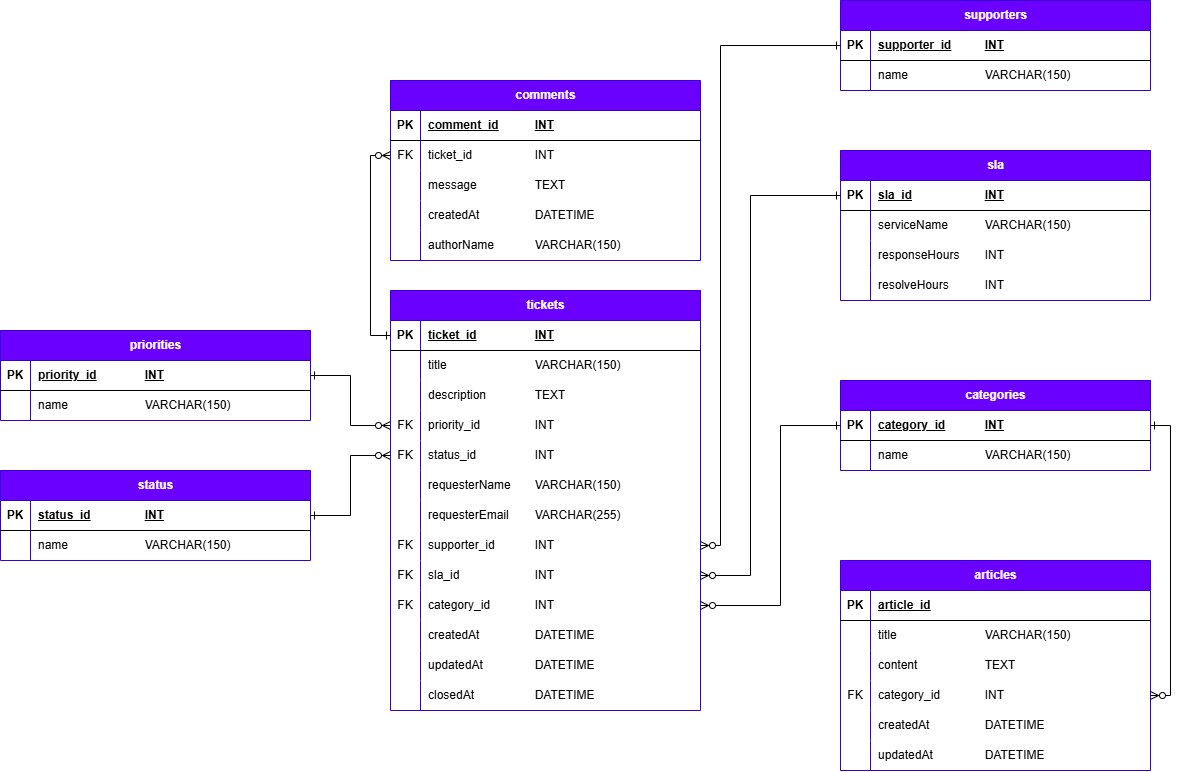
Above: helpflow-frontend/public/HelpFlowDB.drawio.png in MHLoyche/ITILHelpDesk (draw.io), before the change. Source tidied: cells renumbered, new cells last; positions are measured from the earlier drawing's top-left corner, leaving out a move shared by most shapes.
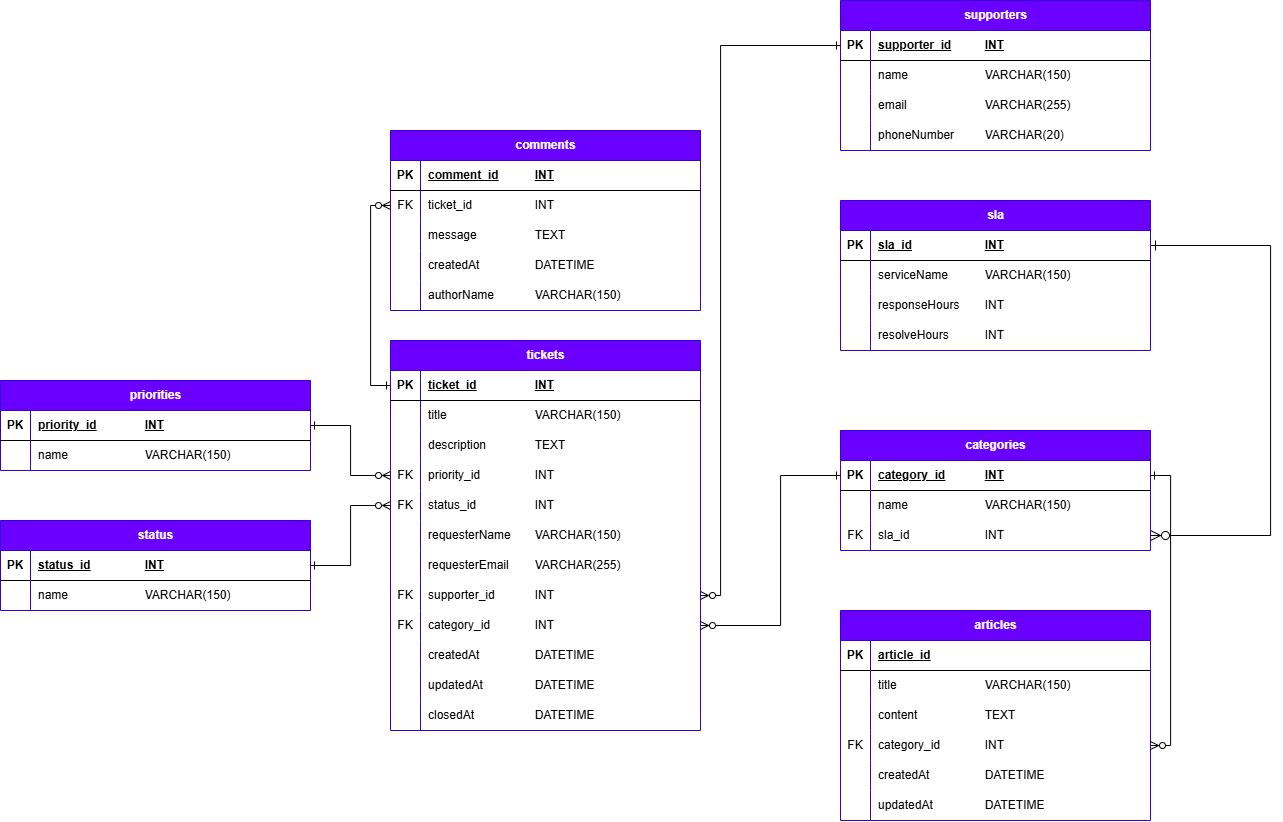
After the commit.

Change to the diagram source:
```diff
@@ -3,7 +3,7 @@
     <mxCell id="0" />
     <mxCell id="1" parent="0" />
     <mxCell id="2" value="tickets" style="shape=table;startSize=30;rowLines=0;fontStyle=1;align=center;html=1;fillColor=#6a00ff;fontColor=#ffffff;strokeColor=#3700CC;" parent="1" vertex="1">
-      <mxGeometry x="390" y="290" width="310" height="420" as="geometry" />
+      <mxGeometry x="390" y="290" width="310" height="390" as="geometry" />
     </mxCell>
     <mxCell id="3" style="shape=tableRow;horizontal=0;startSize=0;swimlaneHead=0;swimlaneBody=0;fillColor=none;points=[[0,0.5],[1,0.5]];portConstraint=eastwest;top=0;left=0;right=0;bottom=1;" parent="2" vertex="1">
       <mxGeometry y="30" width="310" height="30" as="geometry" />
@@ -77,17 +77,8 @@
     <mxCell id="26" value="supporter_id&lt;span style=&quot;white-space: pre;&quot;&gt;&#9;&lt;/span&gt;&lt;span style=&quot;white-space: pre;&quot;&gt;&#9;&lt;/span&gt;INT" style="shape=partialRectangle;fillColor=none;top=0;left=0;bottom=0;right=0;align=left;spacingLeft=6;overflow=hidden;whiteSpace=wrap;html=1;" parent="24" vertex="1">
       <mxGeometry x="30" width="280" height="30" as="geometry" />
     </mxCell>
-    <mxCell id="27" style="shape=tableRow;horizontal=0;startSize=0;swimlaneHead=0;swimlaneBody=0;fillColor=none;points=[[0,0.5],[1,0.5]];portConstraint=eastwest;top=0;left=0;right=0;bottom=0;" parent="2" vertex="1">
-      <mxGeometry y="270" width="310" height="30" as="geometry" />
-    </mxCell>
-    <mxCell id="28" value="FK" style="shape=partialRectangle;fillColor=none;top=0;left=0;bottom=0;right=0;overflow=hidden;whiteSpace=wrap;html=1;" parent="27" vertex="1">
-      <mxGeometry width="30" height="30" as="geometry" />
-    </mxCell>
-    <mxCell id="29" value="sla_id&lt;span style=&quot;white-space: pre;&quot;&gt;&#9;&lt;/span&gt;&lt;span style=&quot;white-space: pre;&quot;&gt;&#9;&lt;/span&gt;&lt;span style=&quot;white-space: pre;&quot;&gt;&#9;&lt;/span&gt;INT" style="shape=partialRectangle;fillColor=none;top=0;left=0;bottom=0;right=0;align=left;spacingLeft=6;overflow=hidden;whiteSpace=wrap;html=1;" parent="27" vertex="1">
-      <mxGeometry x="30" width="280" height="30" as="geometry" />
-    </mxCell>
     <mxCell id="30" style="shape=tableRow;horizontal=0;startSize=0;swimlaneHead=0;swimlaneBody=0;fillColor=none;points=[[0,0.5],[1,0.5]];portConstraint=eastwest;top=0;left=0;right=0;bottom=0;" parent="2" vertex="1">
-      <mxGeometry y="300" width="310" height="30" as="geometry" />
+      <mxGeometry y="270" width="310" height="30" as="geometry" />
     </mxCell>
     <mxCell id="31" value="FK" style="shape=partialRectangle;fillColor=none;top=0;left=0;bottom=0;right=0;overflow=hidden;whiteSpace=wrap;html=1;" parent="30" vertex="1">
       <mxGeometry width="30" height="30" as="geometry" />
@@ -96,7 +87,7 @@
       <mxGeometry x="30" width="280" height="30" as="geometry" />
     </mxCell>
     <mxCell id="33" style="shape=tableRow;horizontal=0;startSize=0;swimlaneHead=0;swimlaneBody=0;fillColor=none;top=0;left=0;right=0;bottom=0;" parent="2" vertex="1">
-      <mxGeometry y="330" width="310" height="30" as="geometry" />
+      <mxGeometry y="300" width="310" height="30" as="geometry" />
     </mxCell>
     <mxCell id="34" style="shape=partialRectangle;fillColor=none;top=0;left=0;bottom=0;right=0;overflow=hidden;whiteSpace=wrap;html=1;" parent="33" vertex="1">
       <mxGeometry width="30" height="30" as="geometry" />
@@ -105,7 +96,7 @@
       <mxGeometry x="30" width="280" height="30" as="geometry" />
     </mxCell>
     <mxCell id="36" style="shape=tableRow;horizontal=0;startSize=0;swimlaneHead=0;swimlaneBody=0;fillColor=none;top=0;left=0;right=0;bottom=0;" parent="2" vertex="1">
-      <mxGeometry y="360" width="310" height="30" as="geometry" />
+      <mxGeometry y="330" width="310" height="30" as="geometry" />
     </mxCell>
     <mxCell id="37" style="shape=partialRectangle;fillColor=none;top=0;left=0;bottom=0;right=0;overflow=hidden;whiteSpace=wrap;html=1;" parent="36" vertex="1">
       <mxGeometry width="30" height="30" as="geometry" />
@@ -114,7 +105,7 @@
       <mxGeometry x="30" width="280" height="30" as="geometry" />
     </mxCell>
     <mxCell id="39" style="shape=tableRow;horizontal=0;startSize=0;swimlaneHead=0;swimlaneBody=0;fillColor=none;top=0;left=0;right=0;bottom=0;" parent="2" vertex="1">
-      <mxGeometry y="390" width="310" height="30" as="geometry" />
+      <mxGeometry y="360" width="310" height="30" as="geometry" />
     </mxCell>
     <mxCell id="40" style="shape=partialRectangle;fillColor=none;top=0;left=0;bottom=0;right=0;overflow=hidden;whiteSpace=wrap;html=1;" parent="39" vertex="1">
       <mxGeometry width="30" height="30" as="geometry" />
@@ -123,7 +114,7 @@
       <mxGeometry x="30" width="280" height="30" as="geometry" />
     </mxCell>
     <mxCell id="42" value="supporters" style="shape=table;startSize=30;rowLines=0;fontStyle=1;align=center;html=1;fillColor=#6a00ff;fontColor=#ffffff;strokeColor=#3700CC;" parent="1" vertex="1">
-      <mxGeometry x="840" width="310" height="90" as="geometry" />
+      <mxGeometry x="840" y="-50" width="310" height="150" as="geometry" />
     </mxCell>
     <mxCell id="43" style="shape=tableRow;horizontal=0;startSize=0;swimlaneHead=0;swimlaneBody=0;fillColor=none;points=[[0,0.5],[1,0.5]];portConstraint=eastwest;top=0;left=0;right=0;bottom=1;" parent="42" vertex="1">
       <mxGeometry y="30" width="310" height="30" as="geometry" />
@@ -143,6 +134,32 @@
     <mxCell id="48" value="name&lt;span style=&quot;white-space: pre;&quot;&gt;&#9;&lt;/span&gt;&lt;span style=&quot;white-space: pre;&quot;&gt;&#9;&lt;/span&gt;&lt;span style=&quot;white-space: pre;&quot;&gt;&#9;&lt;/span&gt;VARCHAR(150)" style="shape=partialRectangle;fillColor=none;top=0;left=0;bottom=0;right=0;align=left;spacingLeft=6;overflow=hidden;whiteSpace=wrap;html=1;" parent="46" vertex="1">
       <mxGeometry x="30" width="280" height="30" as="geometry" />
     </mxCell>
+    <mxCell id="125" style="shape=tableRow;horizontal=0;startSize=0;swimlaneHead=0;swimlaneBody=0;fillColor=none;top=0;left=0;right=0;bottom=0;" parent="42" vertex="1">
+      <mxGeometry y="90" width="310" height="30" as="geometry" />
+    </mxCell>
+    <mxCell id="126" style="shape=partialRectangle;fillColor=none;top=0;left=0;bottom=0;right=0;overflow=hidden;whiteSpace=wrap;html=1;" parent="125" vertex="1">
+      <mxGeometry width="30" height="30" as="geometry" />
+    </mxCell>
+    <mxCell id="127" value="email&lt;span style=&quot;white-space: pre;&quot;&gt;&#9;&lt;/span&gt;&lt;span style=&quot;white-space: pre;&quot;&gt;&#9;&lt;/span&gt;&lt;span style=&quot;white-space: pre;&quot;&gt;&#9;&lt;/span&gt;VARCHAR(255)" style="shape=partialRectangle;fillColor=none;top=0;left=0;bottom=0;right=0;align=left;spacingLeft=6;overflow=hidden;whiteSpace=wrap;html=1;" parent="125" vertex="1">
+      <mxGeometry x="30" width="280" height="30" as="geometry" />
+    </mxCell>
+    <mxCell id="128" style="shape=tableRow;horizontal=0;startSize=0;swimlaneHead=0;swimlaneBody=0;fillColor=none;top=0;left=0;right=0;bottom=0;" parent="42" vertex="1">
+      <mxGeometry y="120" width="310" height="30" as="geometry" />
+    </mxCell>
+    <mxCell id="129" style="shape=partialRectangle;fillColor=none;top=0;left=0;bottom=0;right=0;overflow=hidden;whiteSpace=wrap;html=1;" parent="128" vertex="1">
+      <mxGeometry width="30" height="30" as="geometry" />
+    </mxCell>
+    <mxCell id="130" value="phoneNumber&lt;span style=&quot;white-space: pre;&quot;&gt;&#9;&lt;/span&gt;&lt;span style=&quot;white-space: pre;&quot;&gt;&#9;&lt;/span&gt;VARCHAR(20)" style="shape=partialRectangle;fillColor=none;top=0;left=0;bottom=0;right=0;align=left;spacingLeft=6;overflow=hidden;whiteSpace=wrap;html=1;" parent="128" vertex="1">
+      <mxGeometry x="30" width="280" height="30" as="geometry" />
+    </mxCell>
+    <mxCell id="131" style="edgeStyle=orthogonalEdgeStyle;rounded=0;jettySize=auto;html=1;fontSize=12;startSize=8;endSize=8;entryX=1;entryY=0.5;entryDx=0;entryDy=0;endArrow=ERzeroToMany;endFill=0;startArrow=ERone;startFill=0;exitX=1;exitY=0.5;exitDx=0;exitDy=0;" parent="1" edge="1" source="50" target="132">
+      <mxGeometry relative="1" as="geometry">
+        <Array as="points">
+          <mxPoint x="1270" y="195" />
+          <mxPoint x="1270" y="485" />
+        </Array>
+      </mxGeometry>
+    </mxCell>
     <mxCell id="49" value="sla" style="shape=table;startSize=30;rowLines=0;fontStyle=1;align=center;html=1;fillColor=#6a00ff;fontColor=#ffffff;strokeColor=#3700CC;" parent="1" vertex="1">
       <mxGeometry x="840" y="150" width="310" height="150" as="geometry" />
     </mxCell>
@@ -291,20 +308,12 @@
       <mxGeometry relative="1" as="geometry">
         <Array as="points">
           <mxPoint x="720" y="545" />
-          <mxPoint x="720" y="45" />
+          <mxPoint x="720" y="-5" />
         </Array>
       </mxGeometry>
     </mxCell>
-    <mxCell id="98" style="edgeStyle=orthogonalEdgeStyle;rounded=0;jettySize=auto;html=1;entryX=0;entryY=0.5;entryDx=0;entryDy=0;endArrow=ERone;endFill=0;startArrow=ERzeroToMany;startFill=0;" parent="1" edge="1" source="27" target="50">
-      <mxGeometry relative="1" as="geometry">
-        <Array as="points">
-          <mxPoint x="750" y="575" />
-          <mxPoint x="750" y="195" />
-        </Array>
-      </mxGeometry>
-    </mxCell>
     <mxCell id="99" value="categories" style="shape=table;startSize=30;rowLines=0;fontStyle=1;align=center;html=1;fillColor=#6a00ff;fontColor=#ffffff;strokeColor=#3700CC;" parent="1" vertex="1">
-      <mxGeometry x="840" y="380" width="310" height="90" as="geometry" />
+      <mxGeometry x="840" y="380" width="310" height="120" as="geometry" />
     </mxCell>
     <mxCell id="100" style="shape=tableRow;horizontal=0;startSize=0;swimlaneHead=0;swimlaneBody=0;fillColor=none;points=[[0,0.5],[1,0.5]];portConstraint=eastwest;top=0;left=0;right=0;bottom=1;" parent="99" vertex="1">
       <mxGeometry y="30" width="310" height="30" as="geometry" />
@@ -324,10 +333,19 @@
     <mxCell id="105" value="name&lt;span style=&quot;white-space: pre;&quot;&gt;&#9;&lt;/span&gt;&lt;span style=&quot;white-space: pre;&quot;&gt;&#9;&lt;/span&gt;&lt;span style=&quot;white-space: pre;&quot;&gt;&#9;&lt;/span&gt;VARCHAR(150)" style="shape=partialRectangle;fillColor=none;top=0;left=0;bottom=0;right=0;align=left;spacingLeft=6;overflow=hidden;whiteSpace=wrap;html=1;" parent="103" vertex="1">
       <mxGeometry x="30" width="280" height="30" as="geometry" />
     </mxCell>
+    <mxCell id="132" style="shape=tableRow;horizontal=0;startSize=0;swimlaneHead=0;swimlaneBody=0;fillColor=none;points=[[0,0.5],[1,0.5]];portConstraint=eastwest;top=0;left=0;right=0;bottom=0;" parent="99" vertex="1">
+      <mxGeometry y="90" width="310" height="30" as="geometry" />
+    </mxCell>
+    <mxCell id="28" value="FK" style="shape=partialRectangle;fillColor=none;top=0;left=0;bottom=0;right=0;overflow=hidden;whiteSpace=wrap;html=1;" parent="132" vertex="1">
+      <mxGeometry width="30" height="30" as="geometry" />
+    </mxCell>
+    <mxCell id="29" value="sla_id&lt;span style=&quot;white-space: pre;&quot;&gt;&#9;&lt;/span&gt;&lt;span style=&quot;white-space: pre;&quot;&gt;&#9;&lt;/span&gt;&lt;span style=&quot;white-space: pre;&quot;&gt;&#9;&lt;/span&gt;INT" style="shape=partialRectangle;fillColor=none;top=0;left=0;bottom=0;right=0;align=left;spacingLeft=6;overflow=hidden;whiteSpace=wrap;html=1;" parent="132" vertex="1">
+      <mxGeometry x="30" width="280" height="30" as="geometry" />
+    </mxCell>
-    <mxCell id="106" style="edgeStyle=orthogonalEdgeStyle;rounded=0;jettySize=auto;html=1;entryX=0;entryY=0.5;entryDx=0;entryDy=0;endArrow=ERone;endFill=0;startArrow=ERzeroToMany;startFill=0;" parent="1" edge="1" source="30" target="100">
+    <mxCell id="106" style="edgeStyle=orthogonalEdgeStyle;rounded=0;jettySize=auto;html=1;entryX=0;entryY=0.5;entryDx=0;entryDy=0;endArrow=ERone;endFill=0;startArrow=ERzeroToMany;startFill=0;exitX=1;exitY=0.5;exitDx=0;exitDy=0;" parent="1" edge="1" source="30" target="100">
       <mxGeometry relative="1" as="geometry">
         <Array as="points">
-          <mxPoint x="780" y="605" />
+          <mxPoint x="780" y="575" />
           <mxPoint x="780" y="425" />
         </Array>
       </mxGeometry>
```
